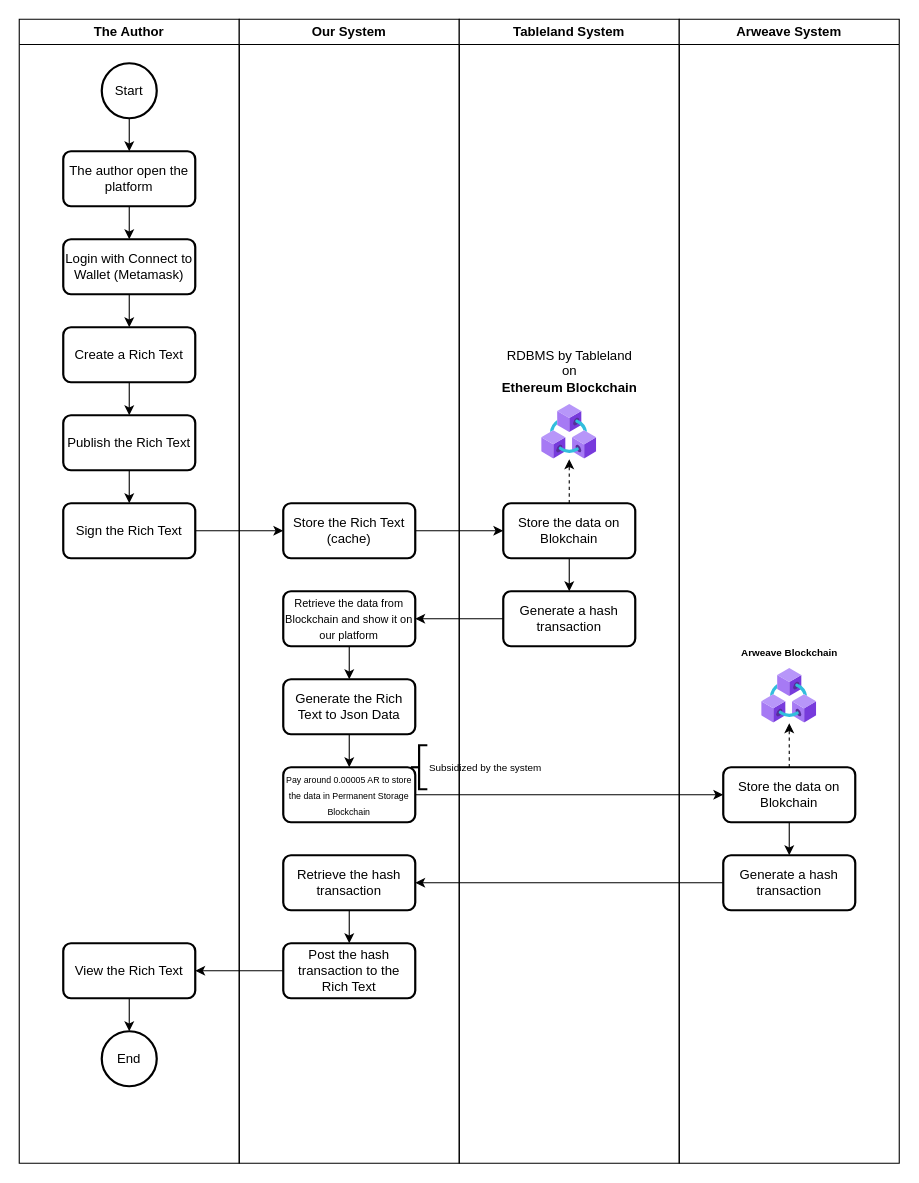
Before: Our Platform Author Web2+Web3 Workflow.drawio in hanggaa/Diagram, a draw.io diagram. Source tidied: cells renumbered, new cells numbered last; positions are measured from the earlier drawing's top-left corner, leaving out a move shared by most shapes. Both pictures are drawn from the tidied source at 110%, with x=0, y=0 at pixel (19, 19).
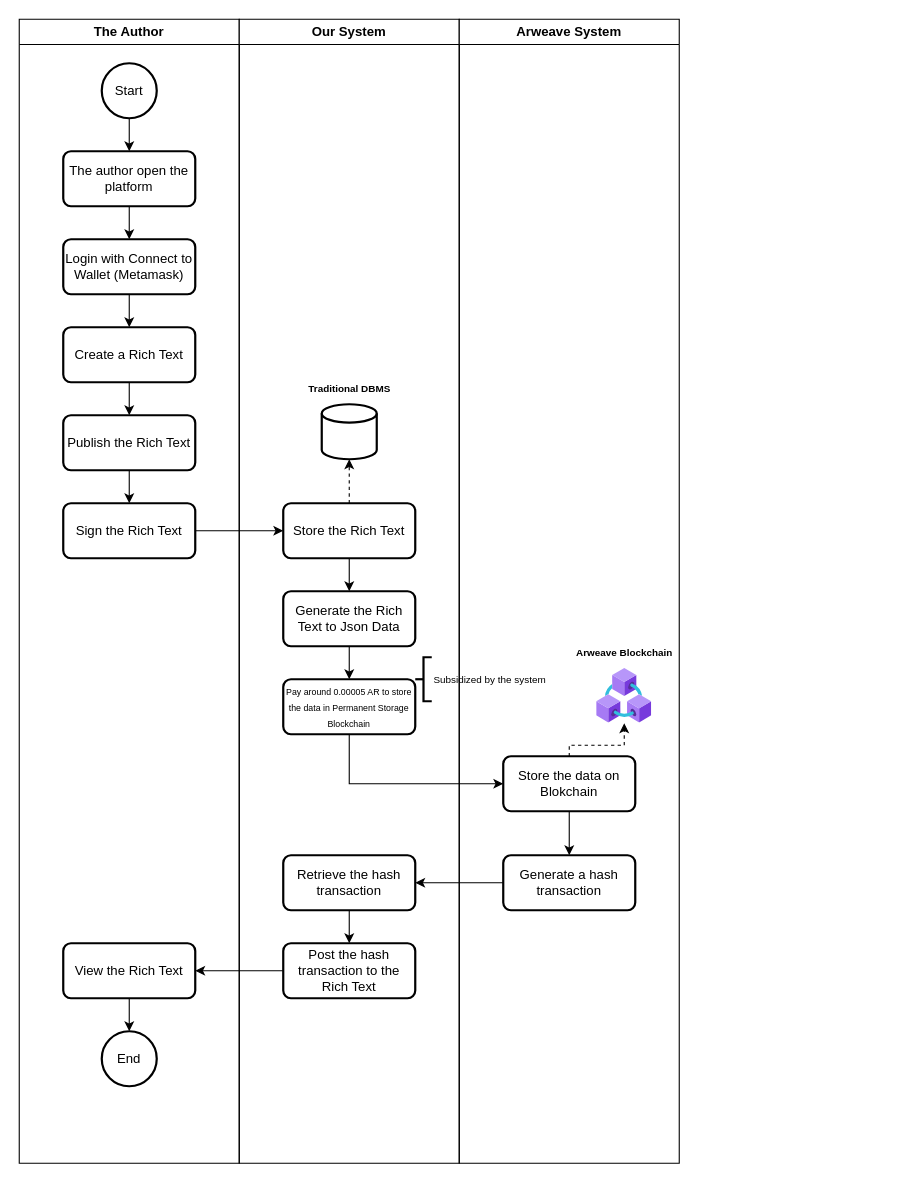
The same diagram, later.

The change refers to these unchanged cells:
```xml
<mxCell id="17" value="Our System" style="swimlane;whiteSpace=wrap;html=1;" parent="1" vertex="1">
  <mxGeometry x="200" width="200" height="1040" as="geometry" />
</mxCell>
<mxCell id="24" value="Retrieve the hash transaction" style="rounded=1;whiteSpace=wrap;html=1;absoluteArcSize=1;arcSize=14;strokeWidth=2;" parent="17" vertex="1">
  <mxGeometry x="40" y="760" width="120" height="50" as="geometry" />
</mxCell>
<mxCell id="41" value="Generate a hash transaction" style="rounded=1;whiteSpace=wrap;html=1;absoluteArcSize=1;arcSize=14;strokeWidth=2;" parent="37" vertex="1">
  <mxGeometry x="40" y="760" width="120" height="50" as="geometry" />
</mxCell>
```

Change to the diagram source:
```diff
@@
+    <mxCell id="48" style="edgeStyle=orthogonalEdgeStyle;rounded=0;jettySize=auto;html=1;exitX=0.5;exitY=0;exitDx=0;exitDy=0;entryX=0.5;entryY=1;entryDx=0;entryDy=0;entryPerimeter=0;dashed=1;" parent="17" edge="1" source="18" target="50">
+      <mxGeometry relative="1" as="geometry" />
+    </mxCell>
+    <mxCell id="49" style="edgeStyle=orthogonalEdgeStyle;rounded=0;jettySize=auto;html=1;exitX=0.5;exitY=1;exitDx=0;exitDy=0;entryX=0.5;entryY=0;entryDx=0;entryDy=0;" parent="17" edge="1" source="18" target="22">
+      <mxGeometry relative="1" as="geometry" />
+    </mxCell>
-    <mxCell id="18" value="Store the Rich Text (cache)" style="rounded=1;whiteSpace=wrap;html=1;absoluteArcSize=1;arcSize=14;strokeWidth=2;" parent="17" vertex="1">
+    <mxCell id="18" value="Store the Rich Text" style="rounded=1;whiteSpace=wrap;html=1;absoluteArcSize=1;arcSize=14;strokeWidth=2;" parent="17" vertex="1">
       <mxGeometry x="40" y="440" width="120" height="50" as="geometry" />
     </mxCell>
-    <mxCell id="19" style="edgeStyle=orthogonalEdgeStyle;rounded=0;jettySize=auto;html=1;exitX=0.5;exitY=1;exitDx=0;exitDy=0;entryX=0.5;entryY=0;entryDx=0;entryDy=0;" parent="17" edge="1" source="20" target="22">
-      <mxGeometry relative="1" as="geometry" />
-    </mxCell>
-    <mxCell id="20" value="&lt;font style=&quot;font-size: 10px;&quot;&gt;Retrieve the data from Blockchain and show it on our platform&lt;/font&gt;" style="rounded=1;whiteSpace=wrap;html=1;absoluteArcSize=1;arcSize=14;strokeWidth=2;" parent="17" vertex="1">
-      <mxGeometry x="40" y="520" width="120" height="50" as="geometry" />
-    </mxCell>
@@
     <mxCell id="22" value="Generate the Rich Text to Json Data" style="rounded=1;whiteSpace=wrap;html=1;absoluteArcSize=1;arcSize=14;strokeWidth=2;" parent="17" vertex="1">
-      <mxGeometry x="40" y="600" width="120" height="50" as="geometry" />
+      <mxGeometry x="40" y="520" width="120" height="50" as="geometry" />
     </mxCell>
@@
     <mxCell id="26" value="&lt;font style=&quot;font-size: 8px;&quot;&gt;Pay around 0.00005 AR to store the data in Permanent Storage Blockchain&lt;/font&gt;" style="rounded=1;whiteSpace=wrap;html=1;absoluteArcSize=1;arcSize=14;strokeWidth=2;" parent="17" vertex="1">
-      <mxGeometry x="40" y="680" width="120" height="50" as="geometry" />
+      <mxGeometry x="40" y="600" width="120" height="50" as="geometry" />
     </mxCell>
     <mxCell id="27" value="&lt;font style=&quot;font-size: 9px;&quot;&gt;Subsidized by the system&lt;/font&gt;" style="strokeWidth=2;html=1;shape=mxgraph.flowchart.annotation_2;align=left;labelPosition=right;rotation=0;" parent="17" vertex="1">
-      <mxGeometry x="156" y="660" width="15" height="40" as="geometry" />
+      <mxGeometry x="160" y="580" width="15" height="40" as="geometry" />
     </mxCell>
-    <mxCell id="28" value="Tableland System" style="swimlane;whiteSpace=wrap;html=1;" parent="1" vertex="1">
-      <mxGeometry x="400" width="200" height="1040" as="geometry" />
-    </mxCell>
-    <mxCell id="29" style="html=1;points=[];align=center;image;fontSize=12;image=img/lib/azure2/blockchain/Azure_Blockchain_Service.svg;" parent="28" vertex="1">
-      <mxGeometry x="75" y="350" width="50" height="50" as="geometry" />
-    </mxCell>
-    <mxCell id="30" value="RDBMS by Tableland &lt;br&gt;on &lt;br&gt;&lt;b&gt;Ethereum Blockchain&lt;/b&gt;" style="text;html=1;align=center;verticalAlign=middle;strokeColor=none;fillColor=none;" parent="28" vertex="1">
-      <mxGeometry x="25" y="290" width="150" height="60" as="geometry" />
-    </mxCell>
-    <mxCell id="31" style="edgeStyle=orthogonalEdgeStyle;rounded=0;jettySize=auto;html=1;exitX=0.5;exitY=0;exitDx=0;exitDy=0;dashed=1;" parent="28" edge="1" source="33" target="29">
-      <mxGeometry relative="1" as="geometry" />
-    </mxCell>
-    <mxCell id="32" style="edgeStyle=orthogonalEdgeStyle;rounded=0;jettySize=auto;html=1;exitX=0.5;exitY=1;exitDx=0;exitDy=0;entryX=0.5;entryY=0;entryDx=0;entryDy=0;" parent="28" edge="1" source="33" target="34">
-      <mxGeometry relative="1" as="geometry" />
-    </mxCell>
-    <mxCell id="33" value="Store the data on Blokchain" style="rounded=1;whiteSpace=wrap;html=1;absoluteArcSize=1;arcSize=14;strokeWidth=2;" parent="28" vertex="1">
-      <mxGeometry x="40" y="440" width="120" height="50" as="geometry" />
-    </mxCell>
-    <mxCell id="34" value="Generate a hash transaction" style="rounded=1;whiteSpace=wrap;html=1;absoluteArcSize=1;arcSize=14;strokeWidth=2;" parent="28" vertex="1">
-      <mxGeometry x="40" y="520" width="120" height="50" as="geometry" />
-    </mxCell>
+    <mxCell id="50" style="strokeWidth=2;html=1;shape=mxgraph.flowchart.database;whiteSpace=wrap;" parent="17" vertex="1">
+      <mxGeometry x="75" y="350" width="50" height="50" as="geometry" />
+    </mxCell>
+    <mxCell id="51" value="&lt;font style=&quot;font-size: 9px;&quot;&gt;&lt;b&gt;Traditional DBMS&lt;/b&gt;&lt;/font&gt;" style="text;html=1;align=center;verticalAlign=middle;strokeColor=none;fillColor=none;" parent="17" vertex="1">
+      <mxGeometry x="50" y="320" width="100" height="30" as="geometry" />
+    </mxCell>
@@
     <mxCell id="37" value="Arweave System" style="swimlane;whiteSpace=wrap;html=1;" parent="1" vertex="1">
-      <mxGeometry x="600" width="200" height="1040" as="geometry" />
+      <mxGeometry x="400" width="200" height="1040" as="geometry" />
     </mxCell>
+    <mxCell id="39" style="edgeStyle=orthogonalEdgeStyle;rounded=0;jettySize=auto;html=1;exitX=0.5;exitY=0;exitDx=0;exitDy=0;fontSize=8;dashed=1;" parent="37" edge="1" source="40" target="42">
+      <mxGeometry relative="1" as="geometry">
+        <Array as="points">
+          <mxPoint x="100" y="660" />
+          <mxPoint x="150" y="660" />
+        </Array>
+      </mxGeometry>
+    </mxCell>
-    <mxCell id="38" style="edgeStyle=orthogonalEdgeStyle;rounded=0;jettySize=auto;html=1;exitX=0.5;exitY=1;exitDx=0;exitDy=0;entryX=0.5;entryY=0;entryDx=0;entryDy=0;fontSize=8;" parent="37" edge="1" source="40" target="41">
+    <mxCell id="38" style="edgeStyle=orthogonalEdgeStyle;rounded=0;jettySize=auto;html=1;exitX=0.5;exitY=1;exitDx=0;exitDy=0;entryX=0.5;entryY=0;entryDx=0;entryDy=0;" parent="37" edge="1" source="40" target="41">
       <mxGeometry relative="1" as="geometry" />
     </mxCell>
-    <mxCell id="39" style="edgeStyle=orthogonalEdgeStyle;rounded=0;jettySize=auto;html=1;exitX=0.5;exitY=0;exitDx=0;exitDy=0;fontSize=8;dashed=1;" parent="37" edge="1" source="40" target="42">
-      <mxGeometry relative="1" as="geometry" />
-    </mxCell>
     <mxCell id="40" value="Store the data on Blokchain" style="rounded=1;whiteSpace=wrap;html=1;absoluteArcSize=1;arcSize=14;strokeWidth=2;" parent="37" vertex="1">
-      <mxGeometry x="40" y="680" width="120" height="50" as="geometry" />
+      <mxGeometry x="40" y="670" width="120" height="50" as="geometry" />
     </mxCell>
@@
     <mxCell id="42" style="html=1;points=[];align=center;image;fontSize=12;image=img/lib/azure2/blockchain/Azure_Blockchain_Service.svg;" parent="37" vertex="1">
-      <mxGeometry x="75" y="590" width="50" height="50" as="geometry" />
+      <mxGeometry x="125" y="590" width="50" height="50" as="geometry" />
     </mxCell>
     <mxCell id="43" value="&lt;font style=&quot;font-size: 9px;&quot;&gt;&lt;b&gt;Arweave Blockchain&lt;/b&gt;&lt;/font&gt;" style="text;html=1;align=center;verticalAlign=middle;strokeColor=none;fillColor=none;" parent="37" vertex="1">
-      <mxGeometry x="45" y="560" width="110" height="30" as="geometry" />
+      <mxGeometry x="95" y="560" width="110" height="30" as="geometry" />
     </mxCell>
-    <mxCell id="44" style="edgeStyle=orthogonalEdgeStyle;rounded=0;jettySize=auto;html=1;exitX=1;exitY=0.5;exitDx=0;exitDy=0;entryX=0;entryY=0.5;entryDx=0;entryDy=0;" parent="1" edge="1" source="18" target="33">
-      <mxGeometry relative="1" as="geometry" />
-    </mxCell>
-    <mxCell id="45" style="edgeStyle=orthogonalEdgeStyle;rounded=0;jettySize=auto;html=1;exitX=0;exitY=0.5;exitDx=0;exitDy=0;entryX=1;entryY=0.5;entryDx=0;entryDy=0;" parent="1" edge="1" source="34" target="20">
-      <mxGeometry relative="1" as="geometry" />
-    </mxCell>
+    <mxCell id="47" style="edgeStyle=orthogonalEdgeStyle;rounded=0;jettySize=auto;html=1;exitX=0;exitY=0.5;exitDx=0;exitDy=0;entryX=1;entryY=0.5;entryDx=0;entryDy=0;fontSize=8;" parent="1" edge="1" source="41" target="24">
+      <mxGeometry relative="1" as="geometry" />
+    </mxCell>
-    <mxCell id="46" style="edgeStyle=orthogonalEdgeStyle;rounded=0;jettySize=auto;html=1;exitX=1;exitY=0.5;exitDx=0;exitDy=0;entryX=0;entryY=0.5;entryDx=0;entryDy=0;fontSize=8;" parent="1" edge="1" source="26" target="40">
+    <mxCell id="46" style="edgeStyle=orthogonalEdgeStyle;rounded=0;jettySize=auto;html=1;exitX=0.5;exitY=1;exitDx=0;exitDy=0;entryX=0;entryY=0.5;entryDx=0;entryDy=0;" parent="1" edge="1" source="26" target="40">
       <mxGeometry relative="1" as="geometry" />
     </mxCell>
-    <mxCell id="47" style="edgeStyle=orthogonalEdgeStyle;rounded=0;jettySize=auto;html=1;exitX=0;exitY=0.5;exitDx=0;exitDy=0;entryX=1;entryY=0.5;entryDx=0;entryDy=0;fontSize=8;" parent="1" edge="1" source="41" target="24">
-      <mxGeometry relative="1" as="geometry" />
-    </mxCell>
```
